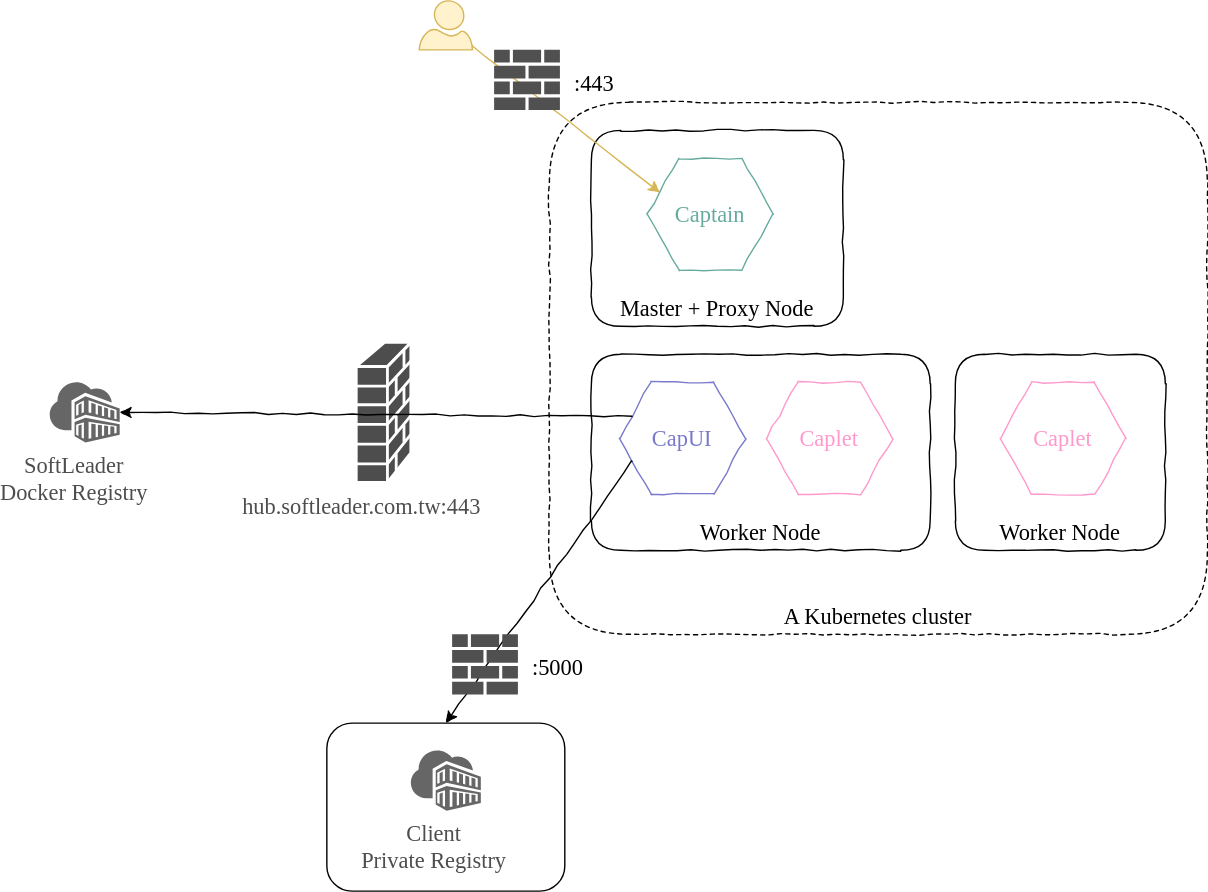
The draw.io diagram images/cluster-modes-single.svg in softleader/captain-kube, before a commit. Source tidied: cells renumbered, new cells last; positions are measured from the earlier drawing's top-left corner, leaving out a move shared by most shapes.
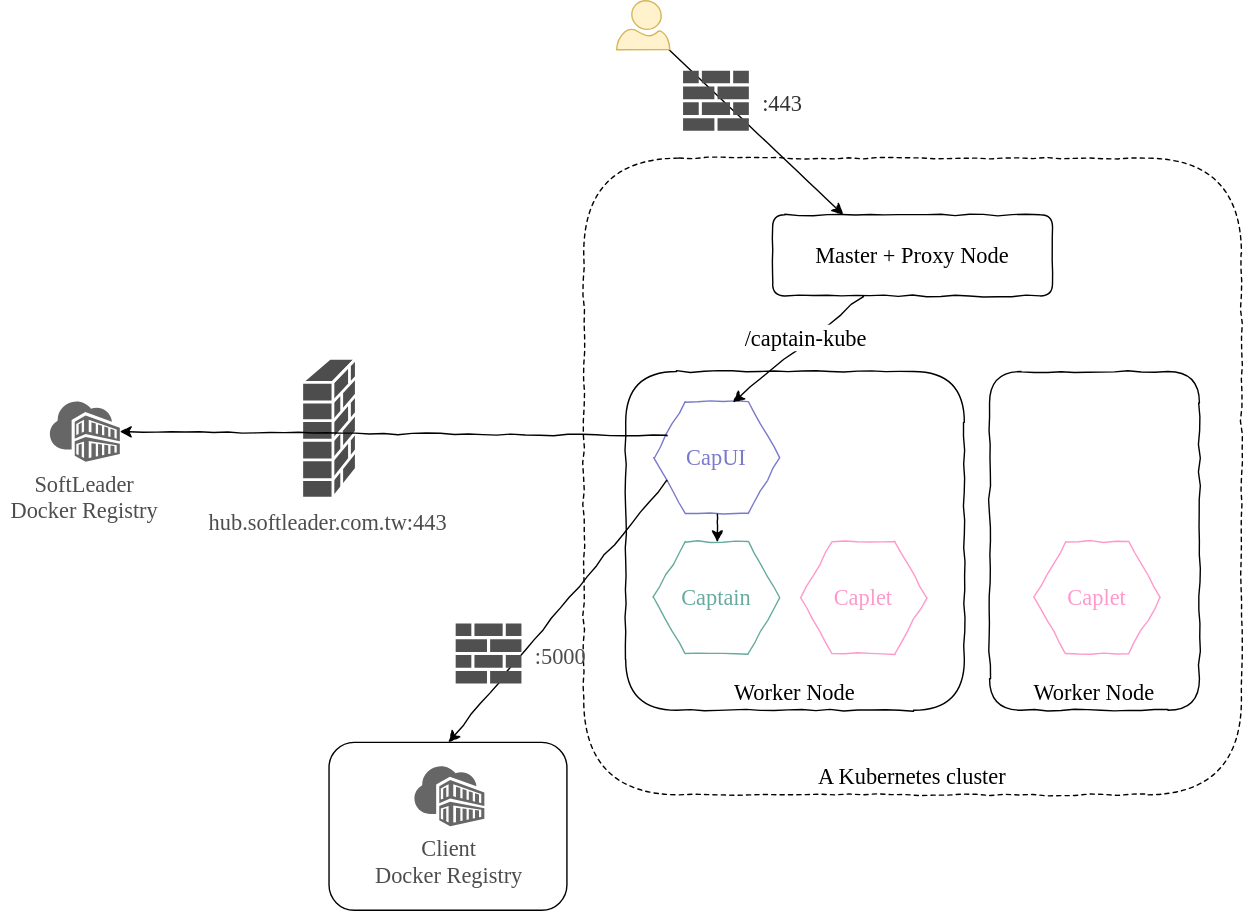
Above is the later version.

What changed in the source:
```diff
@@ -3,73 +3,82 @@
     <mxCell id="0" />
     <mxCell id="1" parent="0" />
     <mxCell id="2" value="A Kubernetes cluster" style="rounded=1;comic=1;fontFamily=Comic Sans MS;verticalAlign=bottom;fontSize=16;dashed=1;" parent="1" vertex="1">
-      <mxGeometry x="357" y="72.5" width="470" height="380" as="geometry" />
+      <mxGeometry x="382.5" y="113.5" width="470" height="455" as="geometry" />
     </mxCell>
-    <mxCell id="3" value="Master + Proxy Node" style="rounded=1;comic=1;fontFamily=Comic Sans MS;fontSize=16;verticalAlign=bottom;" parent="1" vertex="1">
-      <mxGeometry x="387" y="92.5" width="180" height="140" as="geometry" />
+    <mxCell id="3" value="Master + Proxy Node" style="rounded=1;comic=1;fontFamily=Comic Sans MS;fontSize=16;verticalAlign=middle;" parent="1" vertex="1">
+      <mxGeometry x="517.5" y="154" width="200" height="58" as="geometry" />
     </mxCell>
     <mxCell id="4" value="Worker Node" style="rounded=1;comic=1;fontFamily=Comic Sans MS;fontSize=16;verticalAlign=bottom;" parent="1" vertex="1">
-      <mxGeometry x="387" y="252.5" width="242" height="140" as="geometry" />
+      <mxGeometry x="412.5" y="266" width="242" height="242" as="geometry" />
     </mxCell>
     <mxCell id="5" value="Worker Node" style="rounded=1;comic=1;fontFamily=Comic Sans MS;fontSize=16;verticalAlign=bottom;" parent="1" vertex="1">
-      <mxGeometry x="647" y="252.5" width="150" height="140" as="geometry" />
+      <mxGeometry x="672.5" y="266" width="150" height="242" as="geometry" />
     </mxCell>
-    <mxCell id="6" value="Captain" style="shape=hexagon;perimeter=hexagonPerimeter2;comic=1;fontFamily=Comic Sans MS;fontSize=16;strokeColor=#67AB9F;fontColor=#67AB9F;" parent="1" vertex="1">
-      <mxGeometry x="427" y="112.5" width="90" height="80" as="geometry" />
-    </mxCell>
     <mxCell id="7" value="Caplet" style="shape=hexagon;perimeter=hexagonPerimeter2;comic=1;fontFamily=Comic Sans MS;fontSize=16;fontColor=#FF99CC;strokeColor=#FF99CC;" parent="1" vertex="1">
-      <mxGeometry x="512" y="272.5" width="90" height="80" as="geometry" />
+      <mxGeometry x="537.5" y="387.5" width="90" height="80" as="geometry" />
     </mxCell>
     <mxCell id="8" value="Caplet" style="shape=hexagon;perimeter=hexagonPerimeter2;comic=1;fontFamily=Comic Sans MS;fontSize=16;fontColor=#FF99CC;strokeColor=#FF99CC;" parent="1" vertex="1">
-      <mxGeometry x="679" y="272.5" width="90" height="80" as="geometry" />
+      <mxGeometry x="704.5" y="387.5" width="90" height="80" as="geometry" />
     </mxCell>
-    <mxCell id="9" value="&lt;font color=&quot;#4d4d4d&quot;&gt;hub.softleader.com.tw:443&lt;/font&gt;" style="shape=mxgraph.cisco.security.firewall;html=1;dashed=0;fillColor=#4D4D4D;strokeColor=#ffffff;strokeWidth=2;verticalLabelPosition=bottom;verticalAlign=top;fontFamily=Comic Sans MS;fontSize=16;fontColor=#7A7ACC;" parent="1" vertex="1">
-      <mxGeometry x="219" y="244" width="39" height="100" as="geometry" />
+    <mxCell id="9" value="hub.softleader.com.tw:443" style="shape=mxgraph.cisco.security.firewall;dashed=0;fillColor=#4D4D4D;strokeColor=#ffffff;strokeWidth=2;verticalLabelPosition=bottom;verticalAlign=top;fontFamily=Comic Sans MS;fontSize=16;fontColor=#4D4D4D;" parent="1" vertex="1">
+      <mxGeometry x="181" y="256.5" width="39" height="100" as="geometry" />
     </mxCell>
-    <mxCell id="10" value="&lt;font color=&quot;#4d4d4d&quot;&gt;SoftLeader &lt;br&gt;Docker Registry&lt;/font&gt;" style="shadow=0;dashed=0;html=1;strokeColor=none;labelPosition=center;verticalLabelPosition=bottom;verticalAlign=top;align=center;shape=mxgraph.mscae.cloud.container_registry;fillColor=#666666;fontFamily=Comic Sans MS;fontSize=16;fontColor=#7A7ACC;" parent="1" vertex="1">
-      <mxGeometry y="272.5" width="50" height="43" as="geometry" />
+    <mxCell id="10" value="SoftLeader&#10;Docker Registry&#10;" style="shadow=0;dashed=0;strokeColor=none;labelPosition=center;verticalLabelPosition=bottom;verticalAlign=top;align=center;shape=mxgraph.mscae.cloud.container_registry;fillColor=#666666;fontFamily=Comic Sans MS;fontSize=16;fontColor=#4D4D4D;" parent="1" vertex="1">
+      <mxGeometry x="1" y="287.5" width="50" height="43" as="geometry" />
     </mxCell>
     <mxCell id="11" value="CapUI" style="shape=hexagon;perimeter=hexagonPerimeter2;comic=1;fontFamily=Comic Sans MS;fontSize=16;fontColor=#7A7ACC;strokeColor=#7A7ACC;" parent="1" vertex="1">
-      <mxGeometry x="407" y="272.5" width="90" height="80" as="geometry" />
+      <mxGeometry x="432.5" y="287.5" width="90" height="80" as="geometry" />
     </mxCell>
-    <mxCell id="12" style="edgeStyle=none;rounded=0;html=1;jettySize=auto;fontFamily=Comic Sans MS;fontSize=16;fontColor=#7A7ACC;comic=1;exitX=0;exitY=0.25;entryX=1;entryY=0.5;entryPerimeter=0;" parent="1" edge="1" source="11" target="10">
+    <mxCell id="12" style="edgeStyle=none;rounded=0;jettySize=auto;fontFamily=Comic Sans MS;fontSize=16;fontColor=#7A7ACC;comic=1;exitX=0;exitY=0.25;entryX=1;entryY=0.5;entryPerimeter=0;" parent="1" edge="1" source="11" target="10">
       <mxGeometry relative="1" as="geometry" />
     </mxCell>
-    <mxCell id="13" style="edgeStyle=none;rounded=0;comic=1;html=1;entryX=0;entryY=0.25;startArrow=none;startFill=0;endArrow=classic;endFill=1;jettySize=auto;fontFamily=Comic Sans MS;fontSize=16;fontColor=#7A7ACC;fillColor=#fff2cc;strokeColor=#d6b656;" parent="1" edge="1" source="14" target="6">
-      <mxGeometry relative="1" as="geometry" />
-    </mxCell>
+    <mxCell id="22" style="edgeStyle=none;rounded=0;comic=1;entryX=0.25;entryY=0;startArrow=none;startFill=0;endArrow=classic;endFill=1;jettySize=auto;strokeColor=#000000;fontFamily=Comic Sans MS;fontSize=16;fontColor=#7A7ACC;fillColor=#ffffff;" parent="1" edge="1" source="14" target="3">
+      <mxGeometry relative="1" as="geometry" />
+    </mxCell>
-    <mxCell id="14" style="verticalLabelPosition=bottom;html=1;verticalAlign=top;align=center;strokeColor=#d6b656;fillColor=#fff2cc;shape=mxgraph.azure.user;fontFamily=Comic Sans MS;fontSize=16;" parent="1" vertex="1">
-      <mxGeometry x="264" width="38" height="35" as="geometry" />
+    <mxCell id="14" style="verticalLabelPosition=bottom;verticalAlign=top;align=center;strokeColor=#d6b656;fillColor=#fff2cc;shape=mxgraph.azure.user;fontFamily=Comic Sans MS;fontSize=16;" parent="1" vertex="1">
+      <mxGeometry x="406" y="1" width="38" height="35" as="geometry" />
     </mxCell>
-    <mxCell id="15" style="edgeStyle=none;rounded=0;html=1;entryX=0.5;entryY=0;jettySize=auto;fontFamily=Comic Sans MS;fontSize=16;fontColor=#7A7ACC;comic=1;exitX=0;exitY=0.75;" parent="1" edge="1" source="11" target="21">
+    <mxCell id="15" style="edgeStyle=none;rounded=0;entryX=0.5;entryY=0;jettySize=auto;fontFamily=Comic Sans MS;fontSize=16;fontColor=#7A7ACC;comic=1;exitX=0;exitY=0.75;" parent="1" edge="1" source="11" target="21">
       <mxGeometry relative="1" as="geometry" />
     </mxCell>
     <mxCell id="16" style="group;" parent="1" vertex="1">
-      <mxGeometry x="287.5" y="452.5" width="115" height="43" as="geometry" />
+      <mxGeometry x="291" y="446" width="115" height="43" as="geometry" />
     </mxCell>
-    <mxCell id="17" value="&lt;font color=&quot;#000000&quot;&gt;:5000&lt;/font&gt;" style="text;html=1;align=left;verticalAlign=top;spacingTop=-4;fontSize=16;fontFamily=Comic Sans MS;fontColor=#7A7ACC;" parent="16" vertex="1">
+    <mxCell id="17" value=":5000" style="text;align=left;verticalAlign=top;spacingTop=-4;fontSize=16;fontFamily=Comic Sans MS;fontColor=#4D4D4D;" parent="16" vertex="1">
       <mxGeometry x="55" y="11.5" width="60" height="20" as="geometry" />
     </mxCell>
-    <mxCell id="18" style="shadow=0;dashed=0;html=1;strokeColor=none;fillColor=#505050;labelPosition=center;verticalLabelPosition=bottom;verticalAlign=top;align=center;shape=mxgraph.office.concepts.firewall;fontFamily=Comic Sans MS;fontSize=16;fontColor=#7A7ACC;" parent="16" vertex="1">
+    <mxCell id="18" style="shadow=0;dashed=0;strokeColor=none;fillColor=#505050;labelPosition=center;verticalLabelPosition=bottom;verticalAlign=top;align=center;shape=mxgraph.office.concepts.firewall;fontFamily=Comic Sans MS;fontSize=16;fontColor=#7A7ACC;" parent="16" vertex="1">
       <mxGeometry width="47" height="43" as="geometry" />
     </mxCell>
-    <mxCell id="19" style="group;" parent="1" vertex="1">
-      <mxGeometry x="198" y="516" width="170" height="120" as="geometry" />
-    </mxCell>
-    <mxCell id="20" value="&lt;font color=&quot;#4d4d4d&quot;&gt;Client&lt;br&gt;Private Registry&lt;/font&gt;" style="shadow=0;dashed=0;html=1;strokeColor=none;labelPosition=center;verticalLabelPosition=bottom;verticalAlign=top;align=center;shape=mxgraph.mscae.cloud.container_registry;fillColor=#666666;fontFamily=Comic Sans MS;fontSize=16;fontColor=#7A7ACC;" parent="19" vertex="1">
-      <mxGeometry x="60" y="19.5" width="50" height="43" as="geometry" />
-    </mxCell>
-    <mxCell id="21" style="rounded=1;whiteSpace=wrap;html=1;strokeColor=#000000;fillColor=none;fontFamily=Comic Sans MS;fontSize=16;fontColor=#7A7ACC;" parent="19" vertex="1">
-      <mxGeometry width="170" height="120" as="geometry" />
-    </mxCell>
-    <mxCell id="22" style="group;" parent="1" vertex="1">
-      <mxGeometry x="317.5" y="35" width="115" height="43" as="geometry" />
-    </mxCell>
+    <mxCell id="13" style="edgeStyle=none;rounded=0;comic=1;exitX=0.5;exitY=0;entryX=0.5;entryY=1;startArrow=classic;startFill=1;endArrow=none;endFill=0;jettySize=auto;strokeColor=#000000;fontFamily=Comic Sans MS;fontSize=16;fontColor=#7A7ACC;fillColor=#ffffff;" parent="1" edge="1" source="6" target="11">
+      <mxGeometry relative="1" as="geometry" />
+    </mxCell>
+    <mxCell id="6" value="Captain" style="shape=hexagon;perimeter=hexagonPerimeter2;comic=1;fontFamily=Comic Sans MS;fontSize=16;strokeColor=#67AB9F;fontColor=#67AB9F;" parent="1" vertex="1">
+      <mxGeometry x="432.5" y="387.5" width="90" height="80" as="geometry" />
+    </mxCell>
-    <mxCell id="23" value="&lt;font color=&quot;#000000&quot;&gt;:443&lt;/font&gt;" style="text;html=1;align=left;verticalAlign=top;spacingTop=-4;fontSize=16;fontFamily=Comic Sans MS;fontColor=#7A7ACC;" parent="22" vertex="1">
-      <mxGeometry x="55" y="11.5" width="50" height="20" as="geometry" />
+    <mxCell id="23" style="group;" parent="1" vertex="1">
+      <mxGeometry x="453.5" y="51" width="115" height="43" as="geometry" />
     </mxCell>
-    <mxCell id="24" style="shadow=0;dashed=0;html=1;strokeColor=none;fillColor=#505050;labelPosition=center;verticalLabelPosition=bottom;verticalAlign=top;align=center;shape=mxgraph.office.concepts.firewall;fontFamily=Comic Sans MS;fontSize=16;fontColor=#7A7ACC;" parent="22" vertex="1">
-      <mxGeometry width="47" height="43" as="geometry" />
+    <mxCell id="24" value=":443" style="text;align=left;verticalAlign=top;spacingTop=-4;fontSize=16;fontFamily=Comic Sans MS;fontColor=#333333;" parent="23" vertex="1">
+      <mxGeometry x="55" y="11.5" width="50" height="20" as="geometry" />
     </mxCell>
+    <mxCell id="25" style="shadow=0;dashed=0;strokeColor=none;fillColor=#505050;labelPosition=center;verticalLabelPosition=bottom;verticalAlign=top;align=center;shape=mxgraph.office.concepts.firewall;fontFamily=Comic Sans MS;fontSize=16;fontColor=#7A7ACC;" parent="23" vertex="1">
+      <mxGeometry width="47" height="43" as="geometry" />
+    </mxCell>
+    <mxCell id="26" style="edgeStyle=none;rounded=0;comic=1;entryX=0.625;entryY=0;startArrow=none;startFill=0;endArrow=classic;endFill=1;jettySize=auto;strokeColor=#000000;fontFamily=Comic Sans MS;fontSize=16;fontColor=#000000;fillColor=#ffffff;" parent="1" edge="1" source="3" target="11">
+      <mxGeometry relative="1" as="geometry" />
+    </mxCell>
+    <mxCell id="27" value="&lt;font face=&quot;Comic Sans MS&quot;&gt;/captain-kube&lt;/font&gt;" style="text;html=1;align=center;verticalAlign=middle;labelBackgroundColor=#ffffff;fontSize=16;fontFamily=Verdana;fontColor=#000000;" parent="26" vertex="1">
+      <mxGeometry x="-0.28" y="2" relative="1" as="geometry" />
+    </mxCell>
+    <mxCell id="28" style="group;" parent="1" vertex="1">
+      <mxGeometry x="200.5" y="531" width="170" height="120" as="geometry" />
+    </mxCell>
+    <mxCell id="21" style="rounded=1;whiteSpace=wrap;strokeColor=#000000;fillColor=none;fontFamily=Comic Sans MS;fontSize=16;fontColor=#7A7ACC;" parent="28" vertex="1">
+      <mxGeometry width="170" height="120" as="geometry" />
+    </mxCell>
+    <mxCell id="20" value="Client&#10;Docker Registry&#10;&#10;" style="shadow=0;dashed=0;strokeColor=none;labelPosition=center;verticalLabelPosition=bottom;verticalAlign=top;align=center;shape=mxgraph.mscae.cloud.container_registry;fillColor=#666666;fontFamily=Comic Sans MS;fontSize=16;fontColor=#4D4D4D;" parent="28" vertex="1">
+      <mxGeometry x="61" y="17" width="50" height="43" as="geometry" />
+    </mxCell>
   </root>
 </mxGraphModel>
```
